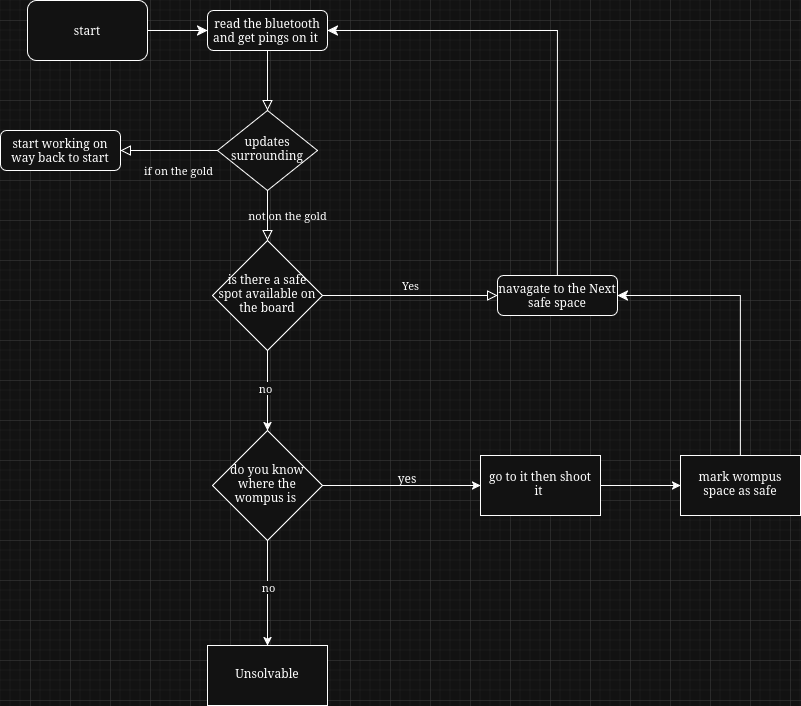
Before: media/algorithm.png, a diagram exported from draw.io (Jocowl25/robotMindsAndMachines). Source tidied: cells renumbered, new cells last; positions are measured from the earlier drawing's top-left corner, leaving out a move shared by most shapes.
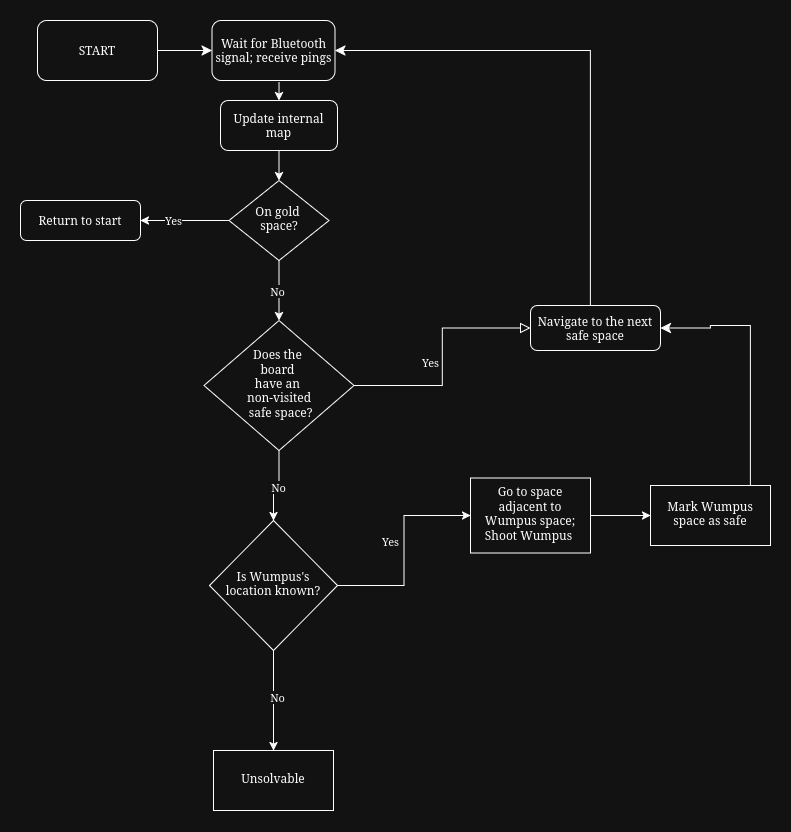
After the commit.

The edit, as a diff of the source:
```diff
@@ -2,69 +2,62 @@
   <root>
     <mxCell id="0" />
     <mxCell id="1" parent="0" />
-    <mxCell id="2" style="rounded=0;html=1;jettySize=auto;fontSize=11;endArrow=block;endFill=0;endSize=8;strokeWidth=1;shadow=0;labelBackgroundColor=none;edgeStyle=orthogonalEdgeStyle;" parent="1" edge="1" source="3" target="6">
-      <mxGeometry relative="1" as="geometry" />
-    </mxCell>
-    <mxCell id="3" value="&lt;div&gt;read the bluetooth&lt;/div&gt;&lt;div&gt;and get pings on it&amp;nbsp;&lt;/div&gt;" style="rounded=1;whiteSpace=wrap;html=1;fontSize=12;glass=0;strokeWidth=1;shadow=0;" parent="1" vertex="1">
-      <mxGeometry x="207" y="10" width="120" height="40" as="geometry" />
+    <mxCell id="3" value="&lt;div&gt;Wait for Bluetooth signal; receive pings&lt;/div&gt;" style="rounded=1;whiteSpace=wrap;html=1;fontSize=12;glass=0;strokeWidth=1;shadow=0;" parent="1" vertex="1">
+      <mxGeometry x="201.5" y="-10" width="123" height="60" as="geometry" />
     </mxCell>
-    <mxCell id="4" value="not on the gold" style="rounded=0;html=1;jettySize=auto;fontSize=11;endArrow=block;endFill=0;endSize=8;strokeWidth=1;shadow=0;labelBackgroundColor=none;edgeStyle=orthogonalEdgeStyle;" parent="1" edge="1" source="6" target="11">
-      <mxGeometry y="20" relative="1" as="geometry" />
-    </mxCell>
-    <mxCell id="5" value="&lt;div&gt;if on the gold&lt;/div&gt;" style="edgeStyle=orthogonalEdgeStyle;rounded=0;html=1;jettySize=auto;fontSize=11;endArrow=block;endFill=0;endSize=8;strokeWidth=1;shadow=0;labelBackgroundColor=none;" parent="1" edge="1" source="6" target="7">
-      <mxGeometry x="-0.2" y="20" relative="1" as="geometry" />
-    </mxCell>
-    <mxCell id="6" value="updates surrounding" style="rhombus;whiteSpace=wrap;html=1;shadow=0;fontFamily=Helvetica;fontSize=12;align=center;strokeWidth=1;spacing=6;spacingTop=-4;" parent="1" vertex="1">
-      <mxGeometry x="217" y="110" width="100" height="80" as="geometry" />
+    <mxCell id="6" value="&lt;div&gt;On gold&amp;nbsp;&lt;/div&gt;&lt;div&gt;space?&lt;/div&gt;" style="rhombus;whiteSpace=wrap;html=1;shadow=0;fontFamily=Helvetica;fontSize=12;align=center;strokeWidth=1;spacing=6;spacingTop=-4;" parent="1" vertex="1">
+      <mxGeometry x="218.5" y="150" width="100" height="80" as="geometry" />
     </mxCell>
-    <mxCell id="7" value="start working on way back to start" style="rounded=1;whiteSpace=wrap;html=1;fontSize=12;glass=0;strokeWidth=1;shadow=0;" parent="1" vertex="1">
-      <mxGeometry y="130" width="120" height="40" as="geometry" />
+    <mxCell id="7" value="Return to start" style="rounded=1;whiteSpace=wrap;html=1;fontSize=12;glass=0;strokeWidth=1;shadow=0;" parent="1" vertex="1">
+      <mxGeometry x="10" y="170" width="120" height="40" as="geometry" />
     </mxCell>
     <mxCell id="8" value="Yes" style="edgeStyle=orthogonalEdgeStyle;rounded=0;html=1;jettySize=auto;fontSize=11;endArrow=block;endFill=0;endSize=8;strokeWidth=1;shadow=0;labelBackgroundColor=none;" parent="1" edge="1" source="11" target="12">
-      <mxGeometry y="10" relative="1" as="geometry" />
+      <mxGeometry x="-0.04" y="12" relative="1" as="geometry" />
     </mxCell>
     <mxCell id="9" style="edgeStyle=orthogonalEdgeStyle;rounded=0;jettySize=auto;html=1;" parent="1" edge="1" source="11" target="17">
       <mxGeometry relative="1" as="geometry" />
     </mxCell>
-    <mxCell id="10" value="&lt;div&gt;no&lt;/div&gt;" style="edgeLabel;html=1;align=center;verticalAlign=middle;" parent="9" vertex="1">
-      <mxGeometry x="-0.05" y="-2" relative="1" as="geometry" />
-    </mxCell>
+    <mxCell id="26" value="No" style="edgeLabel;html=1;align=center;verticalAlign=middle;" parent="9" vertex="1">
+      <mxGeometry x="-0.04" y="1" relative="1" as="geometry" />
+    </mxCell>
-    <mxCell id="11" value="is there a safe spot available on the board" style="rhombus;whiteSpace=wrap;html=1;shadow=0;fontFamily=Helvetica;fontSize=12;align=center;strokeWidth=1;spacing=6;spacingTop=-4;" parent="1" vertex="1">
-      <mxGeometry x="212" y="240" width="110" height="110" as="geometry" />
+    <mxCell id="11" value="&lt;div&gt;Does the&amp;nbsp;&lt;/div&gt;&lt;div&gt;board&amp;nbsp;&lt;/div&gt;&lt;div&gt;have an&amp;nbsp;&lt;/div&gt;&lt;div&gt;non-visited&lt;/div&gt;&lt;div&gt;&amp;nbsp;safe space?&lt;/div&gt;" style="rhombus;whiteSpace=wrap;html=1;shadow=0;fontFamily=Helvetica;fontSize=12;align=center;strokeWidth=1;spacing=6;spacingTop=-4;" parent="1" vertex="1">
+      <mxGeometry x="193.5" y="290" width="150" height="130" as="geometry" />
     </mxCell>
-    <mxCell id="12" value="navagate to the Next safe space" style="rounded=1;whiteSpace=wrap;html=1;fontSize=12;glass=0;strokeWidth=1;shadow=0;" parent="1" vertex="1">
-      <mxGeometry x="497" y="275" width="120" height="40" as="geometry" />
+    <mxCell id="12" value="Navigate to the next safe space" style="rounded=1;whiteSpace=wrap;html=1;fontSize=12;glass=0;strokeWidth=1;shadow=0;" parent="1" vertex="1">
+      <mxGeometry x="520" y="275" width="130" height="45" as="geometry" />
     </mxCell>
     <mxCell id="13" style="edgeStyle=segmentEdgeStyle;endArrow=classic;html=1;curved=0;rounded=0;endSize=8;startSize=8;exitX=0.5;exitY=0;exitDx=0;exitDy=0;entryX=1;entryY=0.5;entryDx=0;entryDy=0;" parent="1" edge="1" source="12" target="3">
       <mxGeometry relative="1" as="geometry">
         <Array as="points">
-          <mxPoint x="557" y="30" />
+          <mxPoint x="580" y="20" />
         </Array>
       </mxGeometry>
     </mxCell>
     <mxCell id="14" style="edgeStyle=orthogonalEdgeStyle;rounded=0;jettySize=auto;html=1;" parent="1" edge="1" source="17" target="19">
       <mxGeometry relative="1" as="geometry" />
     </mxCell>
+    <mxCell id="27" value="Yes" style="edgeLabel;html=1;align=center;verticalAlign=middle;" parent="14" vertex="1">
+      <mxGeometry x="0.1" y="-2" relative="1" as="geometry">
+        <mxPoint x="-16" as="offset" />
+      </mxGeometry>
+    </mxCell>
     <mxCell id="15" style="edgeStyle=orthogonalEdgeStyle;rounded=0;jettySize=auto;html=1;" parent="1" edge="1" source="17" target="24">
       <mxGeometry relative="1" as="geometry" />
     </mxCell>
-    <mxCell id="16" value="&lt;div&gt;no&lt;/div&gt;" style="edgeLabel;html=1;align=center;verticalAlign=middle;" parent="15" vertex="1">
-      <mxGeometry x="-0.11" y="1" relative="1" as="geometry" />
-    </mxCell>
+    <mxCell id="28" value="No" style="edgeLabel;html=1;align=center;verticalAlign=middle;" parent="15" vertex="1">
+      <mxGeometry x="-0.06" y="3" relative="1" as="geometry" />
+    </mxCell>
-    <mxCell id="17" value="do you know where the wompus is&amp;nbsp;" style="rhombus;whiteSpace=wrap;html=1;shadow=0;fontFamily=Helvetica;fontSize=12;align=center;strokeWidth=1;spacing=6;spacingTop=-4;" parent="1" vertex="1">
-      <mxGeometry x="212" y="430" width="110" height="110" as="geometry" />
+    <mxCell id="17" value="Is Wumpus's location known?" style="rhombus;whiteSpace=wrap;html=1;shadow=0;fontFamily=Helvetica;fontSize=12;align=center;strokeWidth=1;spacing=6;spacingTop=-4;" parent="1" vertex="1">
+      <mxGeometry x="199" y="490" width="128" height="130" as="geometry" />
     </mxCell>
     <mxCell id="18" style="edgeStyle=orthogonalEdgeStyle;rounded=0;jettySize=auto;html=1;" parent="1" edge="1" source="19" target="21">
       <mxGeometry relative="1" as="geometry" />
     </mxCell>
-    <mxCell id="19" value="&lt;div&gt;go to it then shoot it&amp;nbsp;&lt;/div&gt;" style="whiteSpace=wrap;html=1;shadow=0;strokeWidth=1;spacing=6;spacingTop=-4;" parent="1" vertex="1">
-      <mxGeometry x="480" y="455" width="120" height="60" as="geometry" />
+    <mxCell id="19" value="&lt;div&gt;Go to space adjacent to Wumpus space; Shoot Wumpus&amp;nbsp;&lt;/div&gt;" style="whiteSpace=wrap;html=1;shadow=0;strokeWidth=1;spacing=6;spacingTop=-4;" parent="1" vertex="1">
+      <mxGeometry x="460" y="447.5" width="120" height="75" as="geometry" />
     </mxCell>
-    <mxCell id="20" value="&lt;div&gt;yes&lt;/div&gt;&lt;div&gt;&lt;br&gt;&lt;/div&gt;" style="text;html=1;whiteSpace=wrap;strokeColor=none;fillColor=none;align=center;verticalAlign=middle;rounded=0;" parent="1" vertex="1">
-      <mxGeometry x="377" y="470" width="60" height="30" as="geometry" />
-    </mxCell>
-    <mxCell id="21" value="mark wompus space as safe" style="whiteSpace=wrap;html=1;shadow=0;strokeWidth=1;spacing=6;spacingTop=-4;" parent="1" vertex="1">
-      <mxGeometry x="680" y="455" width="120" height="60" as="geometry" />
+    <mxCell id="21" value="Mark Wumpus space as safe" style="whiteSpace=wrap;html=1;shadow=0;strokeWidth=1;spacing=6;spacingTop=-4;" parent="1" vertex="1">
+      <mxGeometry x="640" y="455" width="120" height="60" as="geometry" />
     </mxCell>
     <mxCell id="22" style="edgeStyle=segmentEdgeStyle;endArrow=classic;html=1;curved=0;rounded=0;endSize=8;startSize=8;exitX=1;exitY=0.5;exitDx=0;exitDy=0;entryX=0;entryY=0.5;entryDx=0;entryDy=0;" parent="1" edge="1" source="25" target="3">
       <mxGeometry relative="1" as="geometry">
@@ -77,14 +70,37 @@
       <mxGeometry relative="1" as="geometry">
         <Array as="points">
           <mxPoint x="740" y="295" />
+          <mxPoint x="700" y="295" />
+          <mxPoint x="700" y="298" />
         </Array>
       </mxGeometry>
     </mxCell>
     <mxCell id="24" value="&lt;div&gt;Unsolvable&lt;/div&gt;" style="whiteSpace=wrap;html=1;shadow=0;strokeWidth=1;spacing=6;spacingTop=-4;" parent="1" vertex="1">
-      <mxGeometry x="207" y="645" width="120" height="60" as="geometry" />
+      <mxGeometry x="203" y="720" width="120" height="60" as="geometry" />
     </mxCell>
-    <mxCell id="25" value="&lt;div&gt;start&lt;/div&gt;" style="rounded=1;whiteSpace=wrap;html=1;" parent="1" vertex="1">
-      <mxGeometry x="27" width="120" height="60" as="geometry" />
+    <mxCell id="25" value="&lt;div&gt;START&lt;/div&gt;" style="rounded=1;whiteSpace=wrap;html=1;" parent="1" vertex="1">
+      <mxGeometry x="27" y="-10" width="120" height="60" as="geometry" />
     </mxCell>
+    <mxCell id="29" value="Update internal map" style="rounded=1;whiteSpace=wrap;html=1;" parent="1" vertex="1">
+      <mxGeometry x="210" y="70" width="117" height="50" as="geometry" />
+    </mxCell>
+    <mxCell id="30" style="endArrow=classic;html=1;rounded=0;exitX=0.545;exitY=1.029;exitDx=0;exitDy=0;exitPerimeter=0;entryX=0.5;entryY=0;entryDx=0;entryDy=0;" parent="1" edge="1" source="3" target="29">
+      <mxGeometry relative="1" as="geometry" />
+    </mxCell>
+    <mxCell id="31" style="endArrow=classic;html=1;rounded=0;exitX=0.5;exitY=1;exitDx=0;exitDy=0;entryX=0.5;entryY=0;entryDx=0;entryDy=0;" parent="1" edge="1" source="29" target="6">
+      <mxGeometry relative="1" as="geometry" />
+    </mxCell>
+    <mxCell id="4" style="endArrow=classic;html=1;rounded=0;exitX=0.5;exitY=1;exitDx=0;exitDy=0;entryX=0.5;entryY=0;entryDx=0;entryDy=0;" parent="1" edge="1" source="6" target="11">
+      <mxGeometry relative="1" as="geometry" />
+    </mxCell>
+    <mxCell id="32" value="No" style="edgeLabel;html=1;align=center;verticalAlign=middle;" parent="4" vertex="1">
+      <mxGeometry x="0.01" y="-2" relative="1" as="geometry" />
+    </mxCell>
+    <mxCell id="5" style="endArrow=classic;html=1;rounded=0;exitX=0;exitY=0.5;exitDx=0;exitDy=0;entryX=1;entryY=0.5;entryDx=0;entryDy=0;" parent="1" edge="1" source="6" target="7">
+      <mxGeometry relative="1" as="geometry" />
+    </mxCell>
+    <mxCell id="33" value="Yes" style="edgeLabel;html=1;align=center;verticalAlign=middle;" parent="5" vertex="1">
+      <mxGeometry x="0.27" y="-1" relative="1" as="geometry" />
+    </mxCell>
   </root>
 </mxGraphModel>
```
